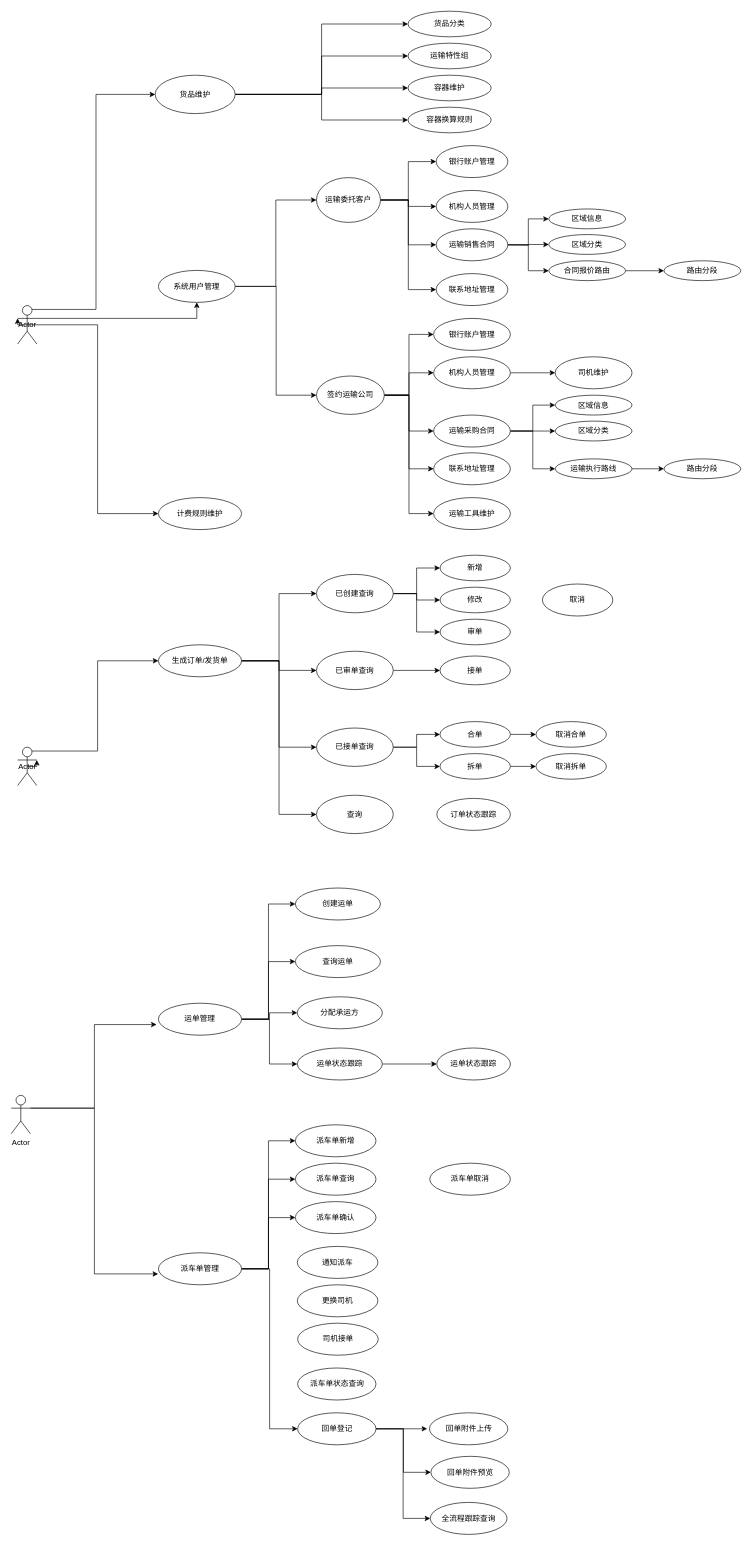
Above: user-case.drawio in coding-now/blog-comments (draw.io), before the change. Source tidied: cells renumbered, new cells numbered last; positions are measured from the earlier drawing's top-left corner, leaving out a move shared by most shapes. Both pictures are drawn from the tidied source at 64%, with x=0, y=0 at pixel (11, 11).
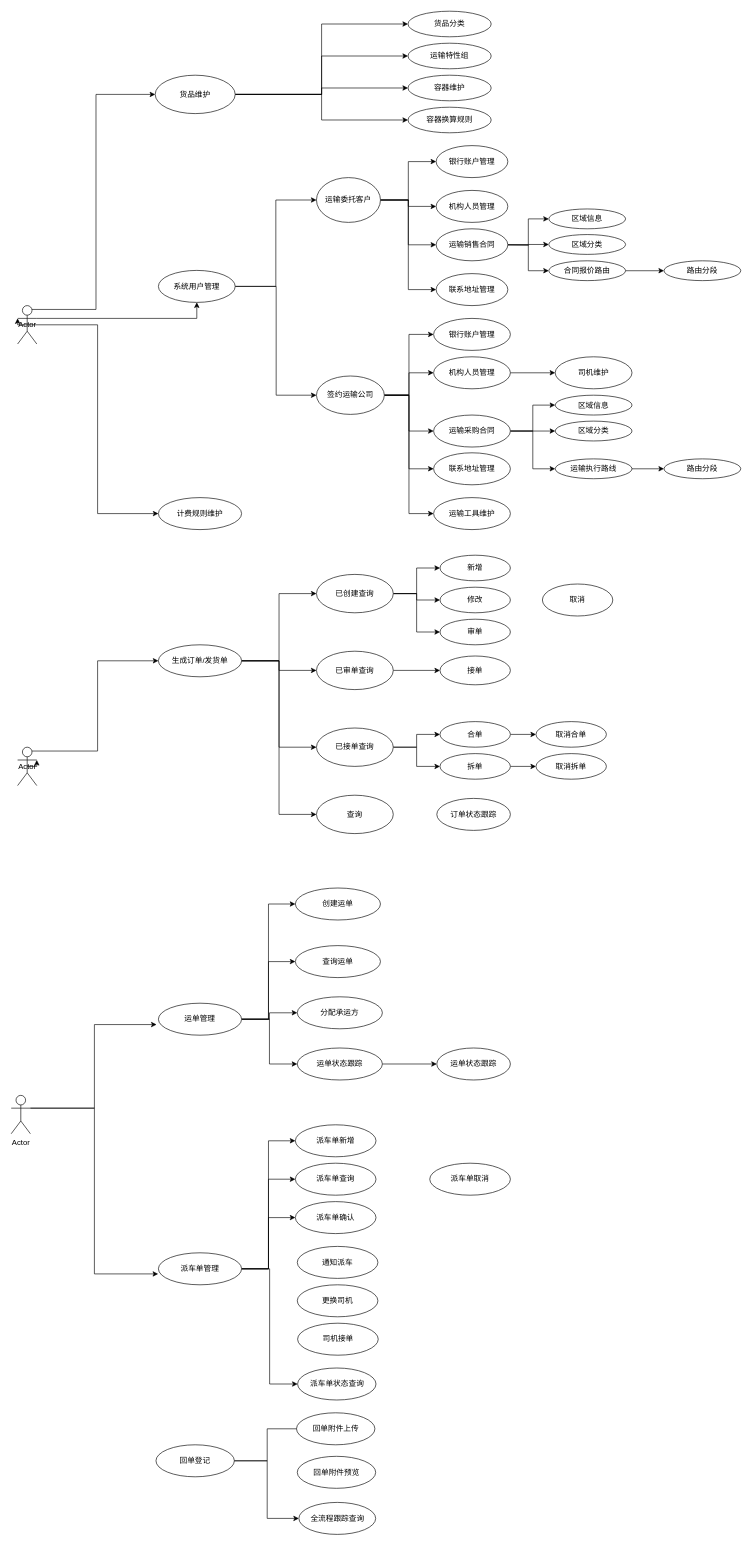
Above is the later version.

Unchanged cells that the change refers to:
```xml
<mxCell id="101" value="派车单管理" style="ellipse;whiteSpace=wrap;html=1;labelPosition=center;verticalLabelPosition=middle;align=center;verticalAlign=middle;" parent="1" vertex="1">
  <mxGeometry x="230" y="1940" width="130" height="50" as="geometry" />
</mxCell>
<mxCell id="109" value="派车单状态查询" style="ellipse;whiteSpace=wrap;html=1;labelPosition=center;verticalLabelPosition=middle;align=center;verticalAlign=middle;" parent="1" vertex="1">
  <mxGeometry x="447.5" y="2120" width="122.5" height="50" as="geometry" />
</mxCell>
```

The edit, as a diff of the source:
```diff
@@
-    <mxCell id="100" style="edgeStyle=orthogonalEdgeStyle;rounded=0;jettySize=auto;html=1;exitX=1;exitY=0.5;exitDx=0;exitDy=0;entryX=0;entryY=0.5;entryDx=0;entryDy=0;" parent="1" edge="1" source="101" target="113">
-      <mxGeometry relative="1" as="geometry" />
-    </mxCell>
+    <mxCell id="122" style="edgeStyle=orthogonalEdgeStyle;rounded=0;jettySize=auto;html=1;exitX=1;exitY=0.5;exitDx=0;exitDy=0;entryX=0;entryY=0.5;entryDx=0;entryDy=0;" parent="1" edge="1" source="101" target="109">
+      <mxGeometry relative="1" as="geometry" />
+    </mxCell>
@@
-    <mxCell id="110" style="edgeStyle=orthogonalEdgeStyle;rounded=0;jettySize=auto;html=1;exitX=1;exitY=0.5;exitDx=0;exitDy=0;" parent="1" edge="1" source="113">
-      <mxGeometry relative="1" as="geometry">
-        <mxPoint x="650" y="2215" as="targetPoint" />
-      </mxGeometry>
-    </mxCell>
-    <mxCell id="111" style="edgeStyle=orthogonalEdgeStyle;rounded=0;jettySize=auto;html=1;exitX=1;exitY=0.5;exitDx=0;exitDy=0;entryX=0;entryY=0.5;entryDx=0;entryDy=0;" parent="1" edge="1" source="113" target="115">
-      <mxGeometry relative="1" as="geometry" />
-    </mxCell>
     <mxCell id="112" style="edgeStyle=orthogonalEdgeStyle;rounded=0;jettySize=auto;html=1;exitX=1;exitY=0.5;exitDx=0;exitDy=0;entryX=0;entryY=0.5;entryDx=0;entryDy=0;" parent="1" edge="1" source="113" target="116">
-      <mxGeometry relative="1" as="geometry" />
+      <mxGeometry relative="1" as="geometry">
+        <Array as="points">
+          <mxPoint x="400" y="2265" />
+          <mxPoint x="400" y="2355" />
+        </Array>
+      </mxGeometry>
     </mxCell>
     <mxCell id="113" value="回单登记" style="ellipse;whiteSpace=wrap;html=1;labelPosition=center;verticalLabelPosition=middle;align=center;verticalAlign=middle;" parent="1" vertex="1">
-      <mxGeometry x="447.5" y="2190" width="122.5" height="50" as="geometry" />
+      <mxGeometry x="226.2" y="2240" width="122.5" height="50" as="geometry" />
     </mxCell>
-    <mxCell id="114" value="回单附件上传" style="ellipse;whiteSpace=wrap;html=1;labelPosition=center;verticalLabelPosition=middle;align=center;verticalAlign=middle;" parent="1" vertex="1">
-      <mxGeometry x="653.5" y="2190" width="122.5" height="50" as="geometry" />
-    </mxCell>
     <mxCell id="115" value="回单附件预览&lt;br&gt;" style="ellipse;whiteSpace=wrap;html=1;labelPosition=center;verticalLabelPosition=middle;align=center;verticalAlign=middle;" parent="1" vertex="1">
-      <mxGeometry x="655.8" y="2258" width="122.5" height="50" as="geometry" />
+      <mxGeometry x="447" y="2258" width="122.5" height="50" as="geometry" />
     </mxCell>
     <mxCell id="116" value="全流程跟踪查询" style="ellipse;whiteSpace=wrap;html=1;labelPosition=center;verticalLabelPosition=middle;align=center;verticalAlign=middle;" parent="1" vertex="1">
-      <mxGeometry x="654.8" y="2330" width="120" height="50" as="geometry" />
+      <mxGeometry x="449.5" y="2330" width="120" height="50" as="geometry" />
     </mxCell>
@@
+    <mxCell id="114" value="回单附件上传" style="ellipse;whiteSpace=wrap;html=1;labelPosition=center;verticalLabelPosition=middle;align=center;verticalAlign=middle;" parent="1" vertex="1">
+      <mxGeometry x="445.8" y="2190" width="122.5" height="50" as="geometry" />
+    </mxCell>
+    <mxCell id="123" style="edgeStyle=orthogonalEdgeStyle;rounded=0;jettySize=auto;html=1;exitX=1;exitY=0.5;exitDx=0;exitDy=0;endArrow=none;" parent="1" edge="1" source="113" target="114">
+      <mxGeometry relative="1" as="geometry">
+        <Array as="points">
+          <mxPoint x="400" y="2265" />
+          <mxPoint x="400" y="2215" />
+        </Array>
+      </mxGeometry>
+    </mxCell>
```
